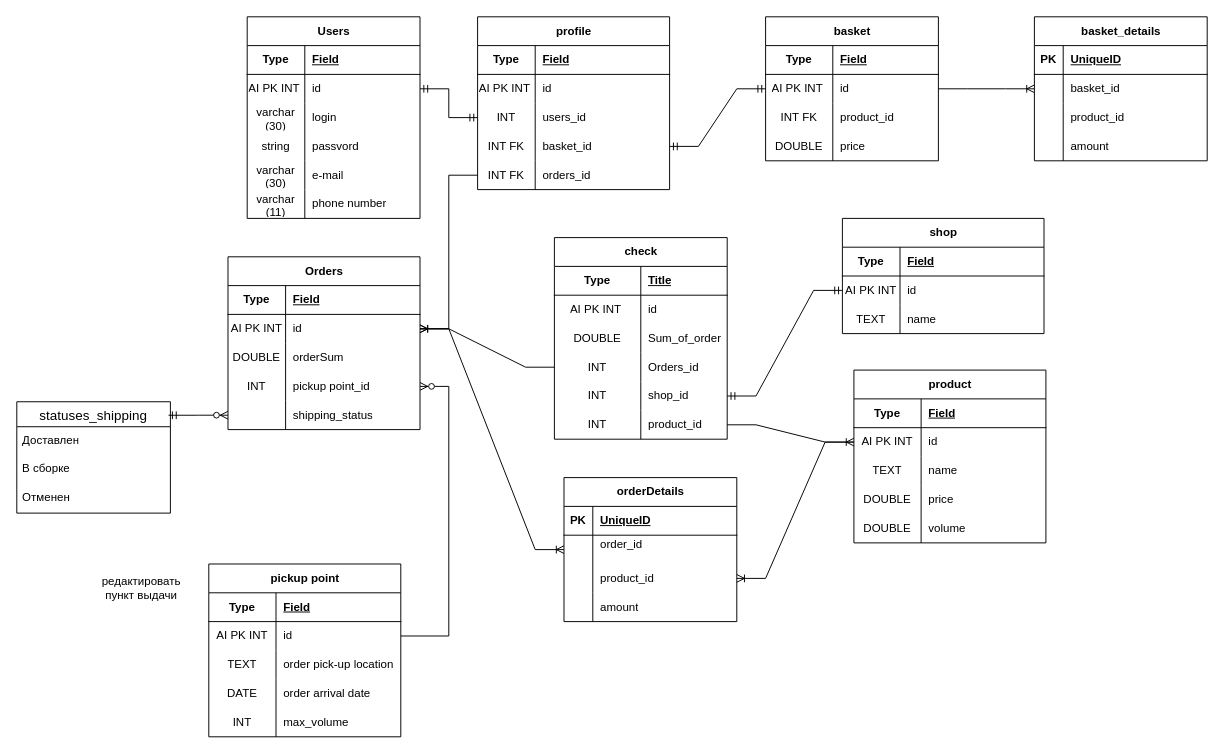
Above: Диаграмма без названия.drawio in MelnikovMatveu/db_practice (draw.io), before the change. Source tidied: cells renumbered, new cells numbered last; positions are measured from the earlier drawing's top-left corner, leaving out a move shared by most shapes. Both pictures are drawn from the tidied source at 96%, with x=0, y=0 at pixel (16, 16).
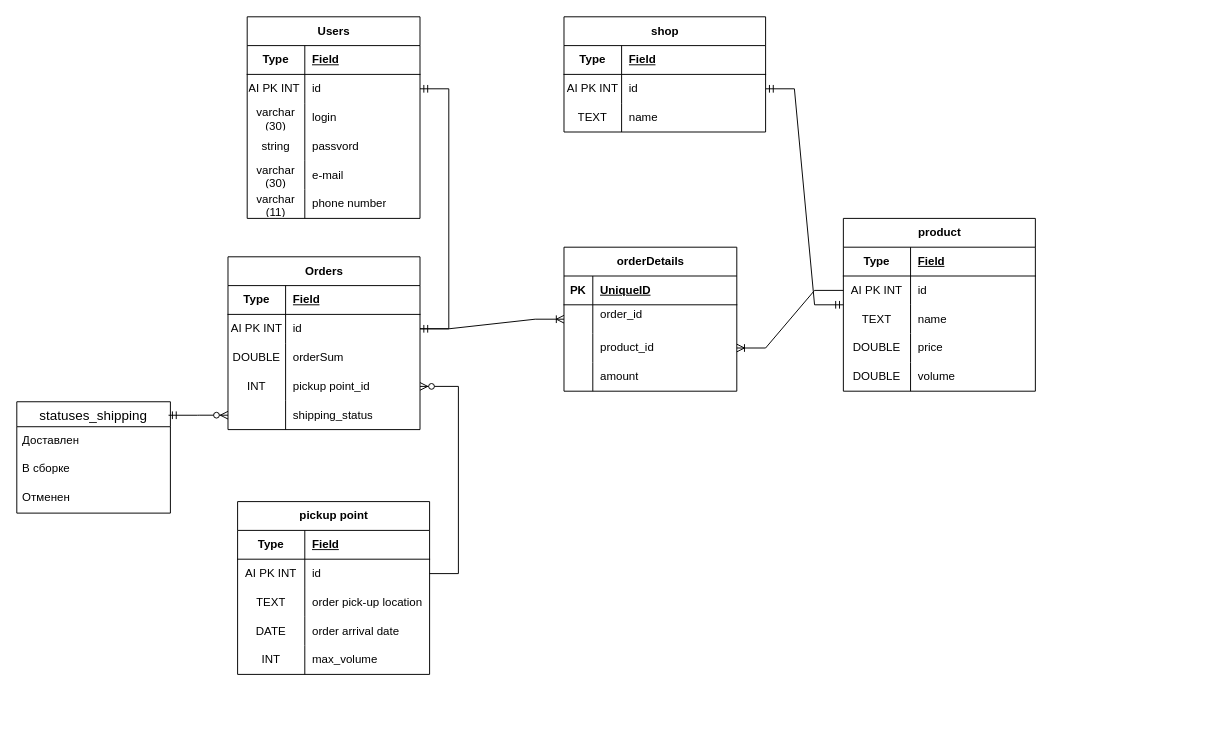
Above is the later version.

The change refers to these unchanged cells:
```xml
<mxCell id="19" style="shape=tableRow;horizontal=0;startSize=0;swimlaneHead=0;swimlaneBody=0;fillColor=none;points=[[0,0.5],[1,0.5]];portConstraint=eastwest;top=0;left=0;right=0;bottom=0;" parent="15" vertex="1">
  <mxGeometry y="60" width="180" height="30" as="geometry" />
</mxCell>
<mxCell id="57" style="shape=tableRow;horizontal=0;startSize=0;swimlaneHead=0;swimlaneBody=0;fillColor=none;points=[[0,0.5],[1,0.5]];portConstraint=eastwest;top=0;left=0;right=0;bottom=0;" parent="53" vertex="1">
  <mxGeometry y="60" width="200" height="30" as="geometry" />
</mxCell>
<mxCell id="73" style="shape=tableRow;horizontal=0;startSize=0;swimlaneHead=0;swimlaneBody=0;fillColor=none;points=[[0,0.5],[1,0.5]];portConstraint=eastwest;top=0;left=0;right=0;bottom=0;" parent="69" vertex="1">
  <mxGeometry y="60" width="210" height="30" as="geometry" />
</mxCell>
<mxCell id="120" style="shape=tableRow;horizontal=0;startSize=0;swimlaneHead=0;swimlaneBody=0;fillColor=none;points=[[0,0.5],[1,0.5]];portConstraint=eastwest;top=0;left=0;right=0;bottom=0;" parent="116" vertex="1">
  <mxGeometry y="60" width="200" height="30" as="geometry" />
</mxCell>
```

The edit, as a diff of the source:
```diff
@@
-    <mxCell id="2" value="basket" style="shape=table;startSize=30;childLayout=tableLayout;rowLines=0;fontStyle=1;align=center;html=1;" parent="1" vertex="1">
-      <mxGeometry x="780" width="180" height="150" as="geometry" />
-    </mxCell>
-    <mxCell id="3" style="shape=tableRow;horizontal=0;startSize=0;swimlaneHead=0;swimlaneBody=0;fillColor=none;top=0;left=0;right=0;bottom=1;" parent="2" vertex="1">
-      <mxGeometry y="30" width="180" height="30" as="geometry" />
-    </mxCell>
-    <mxCell id="4" value="Type" style="shape=partialRectangle;fillColor=none;top=0;left=0;bottom=0;right=0;fontStyle=1;overflow=hidden;whiteSpace=wrap;html=1;" parent="3" vertex="1">
-      <mxGeometry width="70" height="30" as="geometry" />
-    </mxCell>
-    <mxCell id="5" value="Field" style="shape=partialRectangle;fillColor=none;top=0;left=0;bottom=0;right=0;align=left;spacingLeft=6;fontStyle=5;overflow=hidden;whiteSpace=wrap;html=1;" parent="3" vertex="1">
-      <mxGeometry x="70" width="110" height="30" as="geometry" />
-    </mxCell>
-    <mxCell id="6" style="shape=tableRow;horizontal=0;startSize=0;swimlaneHead=0;swimlaneBody=0;fillColor=none;points=[[0,0.5],[1,0.5]];portConstraint=eastwest;top=0;left=0;right=0;bottom=0;" parent="2" vertex="1">
-      <mxGeometry y="60" width="180" height="30" as="geometry" />
-    </mxCell>
-    <mxCell id="7" value="AI PK INT&amp;nbsp;" style="shape=partialRectangle;fillColor=none;top=0;left=0;bottom=0;right=0;overflow=hidden;whiteSpace=wrap;html=1;" parent="6" vertex="1">
-      <mxGeometry width="70" height="30" as="geometry" />
-    </mxCell>
-    <mxCell id="8" value="id" style="shape=partialRectangle;fillColor=none;top=0;left=0;bottom=0;right=0;align=left;spacingLeft=6;overflow=hidden;whiteSpace=wrap;html=1;" parent="6" vertex="1">
-      <mxGeometry x="70" width="110" height="30" as="geometry" />
-    </mxCell>
-    <mxCell id="9" style="shape=tableRow;horizontal=0;startSize=0;swimlaneHead=0;swimlaneBody=0;fillColor=none;top=0;left=0;right=0;bottom=0;" parent="2" vertex="1">
-      <mxGeometry y="90" width="180" height="30" as="geometry" />
-    </mxCell>
-    <mxCell id="10" value="INT FK" style="shape=partialRectangle;fillColor=none;top=0;left=0;bottom=0;right=0;overflow=hidden;whiteSpace=wrap;html=1;" parent="9" vertex="1">
-      <mxGeometry width="70" height="30" as="geometry" />
-    </mxCell>
-    <mxCell id="11" value="product_id" style="shape=partialRectangle;fillColor=none;top=0;left=0;bottom=0;right=0;align=left;spacingLeft=6;overflow=hidden;whiteSpace=wrap;html=1;" parent="9" vertex="1">
-      <mxGeometry x="70" width="110" height="30" as="geometry" />
-    </mxCell>
-    <mxCell id="12" style="shape=tableRow;horizontal=0;startSize=0;swimlaneHead=0;swimlaneBody=0;fillColor=none;top=0;left=0;right=0;bottom=0;" parent="2" vertex="1">
-      <mxGeometry y="120" width="180" height="30" as="geometry" />
-    </mxCell>
-    <mxCell id="13" value="DOUBLE" style="shape=partialRectangle;fillColor=none;top=0;left=0;bottom=0;right=0;overflow=hidden;whiteSpace=wrap;html=1;" parent="12" vertex="1">
-      <mxGeometry width="70" height="30" as="geometry" />
-    </mxCell>
-    <mxCell id="14" value="price" style="shape=partialRectangle;fillColor=none;top=0;left=0;bottom=0;right=0;align=left;spacingLeft=6;overflow=hidden;whiteSpace=wrap;html=1;" parent="12" vertex="1">
-      <mxGeometry x="70" width="110" height="30" as="geometry" />
-    </mxCell>
@@
-    <mxCell id="34" value="check" style="shape=table;startSize=30;childLayout=tableLayout;rowLines=0;fontStyle=1;align=center;html=1;" parent="1" vertex="1">
-      <mxGeometry x="560" y="230" width="180" height="210" as="geometry" />
-    </mxCell>
-    <mxCell id="35" style="shape=tableRow;horizontal=0;startSize=0;swimlaneHead=0;swimlaneBody=0;fillColor=none;top=0;left=0;right=0;bottom=1;" parent="34" vertex="1">
-      <mxGeometry y="30" width="180" height="30" as="geometry" />
-    </mxCell>
-    <mxCell id="36" value="Type" style="shape=partialRectangle;fillColor=none;top=0;left=0;bottom=0;right=0;fontStyle=1;overflow=hidden;whiteSpace=wrap;html=1;" parent="35" vertex="1">
-      <mxGeometry width="90" height="30" as="geometry" />
-    </mxCell>
-    <mxCell id="37" value="Title" style="shape=partialRectangle;fillColor=none;top=0;left=0;bottom=0;right=0;align=left;spacingLeft=6;fontStyle=5;overflow=hidden;whiteSpace=wrap;html=1;" parent="35" vertex="1">
-      <mxGeometry x="90" width="90" height="30" as="geometry" />
-    </mxCell>
-    <mxCell id="38" style="shape=tableRow;horizontal=0;startSize=0;swimlaneHead=0;swimlaneBody=0;fillColor=none;top=0;left=0;right=0;bottom=0;" parent="34" vertex="1">
-      <mxGeometry y="60" width="180" height="30" as="geometry" />
-    </mxCell>
-    <mxCell id="39" value="AI PK INT&amp;nbsp;" style="shape=partialRectangle;fillColor=none;top=0;left=0;bottom=0;right=0;overflow=hidden;whiteSpace=wrap;html=1;" parent="38" vertex="1">
-      <mxGeometry width="90" height="30" as="geometry" />
-    </mxCell>
-    <mxCell id="40" value="id" style="shape=partialRectangle;fillColor=none;top=0;left=0;bottom=0;right=0;align=left;spacingLeft=6;overflow=hidden;whiteSpace=wrap;html=1;" parent="38" vertex="1">
-      <mxGeometry x="90" width="90" height="30" as="geometry" />
-    </mxCell>
-    <mxCell id="41" style="shape=tableRow;horizontal=0;startSize=0;swimlaneHead=0;swimlaneBody=0;fillColor=none;top=0;left=0;right=0;bottom=0;" parent="34" vertex="1">
-      <mxGeometry y="90" width="180" height="30" as="geometry" />
-    </mxCell>
-    <mxCell id="42" value="DOUBLE" style="shape=partialRectangle;fillColor=none;top=0;left=0;bottom=0;right=0;overflow=hidden;whiteSpace=wrap;html=1;" parent="41" vertex="1">
-      <mxGeometry width="90" height="30" as="geometry" />
-    </mxCell>
-    <mxCell id="43" value="Sum_of_order" style="shape=partialRectangle;fillColor=none;top=0;left=0;bottom=0;right=0;align=left;spacingLeft=6;overflow=hidden;whiteSpace=wrap;html=1;" parent="41" vertex="1">
-      <mxGeometry x="90" width="90" height="30" as="geometry" />
-    </mxCell>
-    <mxCell id="44" style="shape=tableRow;horizontal=0;startSize=0;swimlaneHead=0;swimlaneBody=0;fillColor=none;points=[[0,0.5],[1,0.5]];portConstraint=eastwest;top=0;left=0;right=0;bottom=0;" parent="34" vertex="1">
-      <mxGeometry y="120" width="180" height="30" as="geometry" />
-    </mxCell>
-    <mxCell id="45" value="INT" style="shape=partialRectangle;fillColor=none;top=0;left=0;bottom=0;right=0;overflow=hidden;whiteSpace=wrap;html=1;" parent="44" vertex="1">
-      <mxGeometry width="90" height="30" as="geometry" />
-    </mxCell>
-    <mxCell id="46" value="Orders_id" style="shape=partialRectangle;fillColor=none;top=0;left=0;bottom=0;right=0;align=left;spacingLeft=6;overflow=hidden;whiteSpace=wrap;html=1;" parent="44" vertex="1">
-      <mxGeometry x="90" width="90" height="30" as="geometry" />
-    </mxCell>
-    <mxCell id="47" style="shape=tableRow;horizontal=0;startSize=0;swimlaneHead=0;swimlaneBody=0;fillColor=none;points=[[0,0.5],[1,0.5]];portConstraint=eastwest;top=0;left=0;right=0;bottom=0;" parent="34" vertex="1">
-      <mxGeometry y="150" width="180" height="30" as="geometry" />
-    </mxCell>
-    <mxCell id="48" value="INT" style="shape=partialRectangle;fillColor=none;top=0;left=0;bottom=0;right=0;overflow=hidden;whiteSpace=wrap;html=1;" parent="47" vertex="1">
-      <mxGeometry width="90" height="30" as="geometry" />
-    </mxCell>
-    <mxCell id="49" value="shop_id" style="shape=partialRectangle;fillColor=none;top=0;left=0;bottom=0;right=0;align=left;spacingLeft=6;overflow=hidden;whiteSpace=wrap;html=1;" parent="47" vertex="1">
-      <mxGeometry x="90" width="90" height="30" as="geometry" />
-    </mxCell>
-    <mxCell id="50" style="shape=tableRow;horizontal=0;startSize=0;swimlaneHead=0;swimlaneBody=0;fillColor=none;points=[[0,0.5],[1,0.5]];portConstraint=eastwest;top=0;left=0;right=0;bottom=0;" parent="34" vertex="1">
-      <mxGeometry y="180" width="180" height="30" as="geometry" />
-    </mxCell>
-    <mxCell id="51" value="INT" style="shape=partialRectangle;fillColor=none;top=0;left=0;bottom=0;right=0;overflow=hidden;whiteSpace=wrap;html=1;" parent="50" vertex="1">
-      <mxGeometry width="90" height="30" as="geometry" />
-    </mxCell>
-    <mxCell id="52" value="product_id" style="shape=partialRectangle;fillColor=none;top=0;left=0;bottom=0;right=0;align=left;spacingLeft=6;overflow=hidden;whiteSpace=wrap;html=1;" parent="50" vertex="1">
-      <mxGeometry x="90" width="90" height="30" as="geometry" />
-    </mxCell>
@@
     <mxCell id="69" value="shop" style="shape=table;startSize=30;childLayout=tableLayout;rowLines=0;fontStyle=1;align=center;html=1;" parent="1" vertex="1">
-      <mxGeometry x="860" y="210" width="210" height="120" as="geometry" />
+      <mxGeometry x="570" width="210" height="120" as="geometry" />
     </mxCell>
@@
-    <mxCell id="79" value="profile" style="shape=table;startSize=30;childLayout=tableLayout;rowLines=0;fontStyle=1;align=center;html=1;" parent="1" vertex="1">
-      <mxGeometry x="480" width="200" height="180" as="geometry" />
-    </mxCell>
-    <mxCell id="80" style="shape=tableRow;horizontal=0;startSize=0;swimlaneHead=0;swimlaneBody=0;fillColor=none;top=0;left=0;right=0;bottom=1;" parent="79" vertex="1">
-      <mxGeometry y="30" width="200" height="30" as="geometry" />
-    </mxCell>
-    <mxCell id="81" value="Type" style="shape=partialRectangle;fillColor=none;top=0;left=0;bottom=0;right=0;fontStyle=1;overflow=hidden;whiteSpace=wrap;html=1;" parent="80" vertex="1">
-      <mxGeometry width="60" height="30" as="geometry" />
-    </mxCell>
-    <mxCell id="82" value="Field" style="shape=partialRectangle;fillColor=none;top=0;left=0;bottom=0;right=0;align=left;spacingLeft=6;fontStyle=5;overflow=hidden;whiteSpace=wrap;html=1;" parent="80" vertex="1">
-      <mxGeometry x="60" width="140" height="30" as="geometry" />
-    </mxCell>
-    <mxCell id="83" style="shape=tableRow;horizontal=0;startSize=0;swimlaneHead=0;swimlaneBody=0;fillColor=none;top=0;left=0;right=0;bottom=0;" parent="79" vertex="1">
-      <mxGeometry y="60" width="200" height="30" as="geometry" />
-    </mxCell>
-    <mxCell id="84" value="AI PK INT&amp;nbsp;" style="shape=partialRectangle;fillColor=none;top=0;left=0;bottom=0;right=0;overflow=hidden;whiteSpace=wrap;html=1;" parent="83" vertex="1">
-      <mxGeometry width="60" height="30" as="geometry" />
-    </mxCell>
-    <mxCell id="85" value="id" style="shape=partialRectangle;fillColor=none;top=0;left=0;bottom=0;right=0;align=left;spacingLeft=6;overflow=hidden;whiteSpace=wrap;html=1;" parent="83" vertex="1">
-      <mxGeometry x="60" width="140" height="30" as="geometry" />
-    </mxCell>
-    <mxCell id="86" style="shape=tableRow;horizontal=0;startSize=0;swimlaneHead=0;swimlaneBody=0;fillColor=none;points=[[0,0.5],[1,0.5]];portConstraint=eastwest;top=0;left=0;right=0;bottom=0;" parent="79" vertex="1">
-      <mxGeometry y="90" width="200" height="30" as="geometry" />
-    </mxCell>
-    <mxCell id="87" value="INT" style="shape=partialRectangle;fillColor=none;top=0;left=0;bottom=0;right=0;overflow=hidden;whiteSpace=wrap;html=1;" parent="86" vertex="1">
-      <mxGeometry width="60" height="30" as="geometry" />
-    </mxCell>
-    <mxCell id="88" value="users_id" style="shape=partialRectangle;fillColor=none;top=0;left=0;bottom=0;right=0;align=left;spacingLeft=6;overflow=hidden;whiteSpace=wrap;html=1;" parent="86" vertex="1">
-      <mxGeometry x="60" width="140" height="30" as="geometry" />
-    </mxCell>
-    <mxCell id="89" style="shape=tableRow;horizontal=0;startSize=0;swimlaneHead=0;swimlaneBody=0;fillColor=none;points=[[0,0.5],[1,0.5]];portConstraint=eastwest;top=0;left=0;right=0;bottom=0;" parent="79" vertex="1">
-      <mxGeometry y="120" width="200" height="30" as="geometry" />
-    </mxCell>
-    <mxCell id="90" value="INT FK" style="shape=partialRectangle;fillColor=none;top=0;left=0;bottom=0;right=0;overflow=hidden;whiteSpace=wrap;html=1;" parent="89" vertex="1">
-      <mxGeometry width="60" height="30" as="geometry" />
-    </mxCell>
-    <mxCell id="91" value="basket_id" style="shape=partialRectangle;fillColor=none;top=0;left=0;bottom=0;right=0;align=left;spacingLeft=6;overflow=hidden;whiteSpace=wrap;html=1;" parent="89" vertex="1">
-      <mxGeometry x="60" width="140" height="30" as="geometry" />
-    </mxCell>
-    <mxCell id="92" style="shape=tableRow;horizontal=0;startSize=0;swimlaneHead=0;swimlaneBody=0;fillColor=none;points=[[0,0.5],[1,0.5]];portConstraint=eastwest;top=0;left=0;right=0;bottom=0;" parent="79" vertex="1">
-      <mxGeometry y="150" width="200" height="30" as="geometry" />
-    </mxCell>
-    <mxCell id="93" value="INT FK" style="shape=partialRectangle;fillColor=none;top=0;left=0;bottom=0;right=0;overflow=hidden;whiteSpace=wrap;html=1;" parent="92" vertex="1">
-      <mxGeometry width="60" height="30" as="geometry" />
-    </mxCell>
-    <mxCell id="94" value="orders_id" style="shape=partialRectangle;fillColor=none;top=0;left=0;bottom=0;right=0;align=left;spacingLeft=6;overflow=hidden;whiteSpace=wrap;html=1;" parent="92" vertex="1">
-      <mxGeometry x="60" width="140" height="30" as="geometry" />
-    </mxCell>
-    <mxCell id="95" style="edgeStyle=entityRelationEdgeStyle;fontSize=12;html=1;endArrow=ERmandOne;startArrow=ERmandOne;rounded=0;" parent="1" edge="1" source="86" target="19">
+    <mxCell id="95" style="edgeStyle=entityRelationEdgeStyle;fontSize=12;html=1;endArrow=ERmandOne;startArrow=ERmandOne;rounded=0;" parent="1" edge="1" source="57" target="19">
       <mxGeometry relative="1" as="geometry" />
     </mxCell>
-    <mxCell id="96" style="edgeStyle=entityRelationEdgeStyle;fontSize=12;html=1;endArrow=ERoneToMany;rounded=0;" parent="1" edge="1" source="92" target="57">
-      <mxGeometry relative="1" as="geometry" />
-    </mxCell>
-    <mxCell id="97" style="edgeStyle=entityRelationEdgeStyle;fontSize=12;html=1;endArrow=ERmandOne;startArrow=ERmandOne;rounded=0;" parent="1" edge="1" source="89" target="6">
-      <mxGeometry relative="1" as="geometry" />
-    </mxCell>
-    <mxCell id="98" style="edgeStyle=entityRelationEdgeStyle;fontSize=12;html=1;endArrow=ERoneToMany;rounded=0;" parent="1" edge="1" source="44" target="57">
-      <mxGeometry relative="1" as="geometry" />
-    </mxCell>
-    <mxCell id="99" style="edgeStyle=entityRelationEdgeStyle;fontSize=12;html=1;endArrow=ERmandOne;startArrow=ERmandOne;rounded=0;" parent="1" edge="1" source="47" target="73">
+    <mxCell id="99" style="edgeStyle=entityRelationEdgeStyle;fontSize=12;html=1;endArrow=ERmandOne;startArrow=ERmandOne;rounded=0;" parent="1" edge="1" source="116" target="73">
       <mxGeometry relative="1" as="geometry" />
     </mxCell>
     <mxCell id="100" value="pickup point" style="shape=table;startSize=30;childLayout=tableLayout;rowLines=0;fontStyle=1;align=center;html=1;" parent="1" vertex="1">
-      <mxGeometry x="200" y="570" width="200" height="180" as="geometry" />
+      <mxGeometry x="230" y="505" width="200" height="180" as="geometry" />
     </mxCell>
@@
     <mxCell id="116" value="product" style="shape=table;startSize=30;childLayout=tableLayout;rowLines=0;fontStyle=1;align=center;html=1;" parent="1" vertex="1">
-      <mxGeometry x="872" y="368" width="200" height="180" as="geometry" />
+      <mxGeometry x="861" y="210" width="200" height="180" as="geometry" />
     </mxCell>
@@
-    <mxCell id="132" style="edgeStyle=entityRelationEdgeStyle;fontSize=12;html=1;endArrow=ERoneToMany;rounded=0;exitX=1;exitY=0.5;exitDx=0;exitDy=0;" parent="1" edge="1" source="50" target="120">
-      <mxGeometry relative="1" as="geometry" />
-    </mxCell>
     <mxCell id="133" value="orderDetails" style="shape=table;startSize=30;childLayout=tableLayout;rowLines=0;fontStyle=1;align=center;html=1;" parent="1" vertex="1">
-      <mxGeometry x="570" y="480" width="180" height="150" as="geometry" />
+      <mxGeometry x="570" y="240" width="180" height="150" as="geometry" />
     </mxCell>
@@
-    <mxCell id="151" value="basket_details" style="shape=table;startSize=30;childLayout=tableLayout;rowLines=0;fontStyle=1;align=center;html=1;" parent="1" vertex="1">
-      <mxGeometry x="1060" width="180" height="150" as="geometry" />
-    </mxCell>
-    <mxCell id="152" style="shape=tableRow;horizontal=0;startSize=0;swimlaneHead=0;swimlaneBody=0;fillColor=none;top=0;left=0;right=0;bottom=1;" parent="151" vertex="1">
-      <mxGeometry y="30" width="180" height="30" as="geometry" />
-    </mxCell>
-    <mxCell id="153" value="PK" style="shape=partialRectangle;fillColor=none;top=0;left=0;bottom=0;right=0;fontStyle=1;overflow=hidden;whiteSpace=wrap;html=1;" parent="152" vertex="1">
-      <mxGeometry width="30" height="30" as="geometry" />
-    </mxCell>
-    <mxCell id="154" value="UniqueID" style="shape=partialRectangle;fillColor=none;top=0;left=0;bottom=0;right=0;align=left;spacingLeft=6;fontStyle=5;overflow=hidden;whiteSpace=wrap;html=1;" parent="152" vertex="1">
-      <mxGeometry x="30" width="150" height="30" as="geometry" />
-    </mxCell>
-    <mxCell id="155" style="shape=tableRow;horizontal=0;startSize=0;swimlaneHead=0;swimlaneBody=0;fillColor=none;points=[[0,0.5],[1,0.5]];portConstraint=eastwest;top=0;left=0;right=0;bottom=0;" parent="151" vertex="1">
-      <mxGeometry y="60" width="180" height="30" as="geometry" />
-    </mxCell>
-    <mxCell id="156" style="shape=partialRectangle;fillColor=none;top=0;left=0;bottom=0;right=0;overflow=hidden;whiteSpace=wrap;html=1;" parent="155" vertex="1">
-      <mxGeometry width="30" height="30" as="geometry" />
-    </mxCell>
-    <mxCell id="157" value="basket_id" style="shape=partialRectangle;fillColor=none;top=0;left=0;bottom=0;right=0;align=left;spacingLeft=6;overflow=hidden;whiteSpace=wrap;html=1;" parent="155" vertex="1">
-      <mxGeometry x="30" width="150" height="30" as="geometry" />
-    </mxCell>
-    <mxCell id="158" style="shape=tableRow;horizontal=0;startSize=0;swimlaneHead=0;swimlaneBody=0;fillColor=none;top=0;left=0;right=0;bottom=0;" parent="151" vertex="1">
-      <mxGeometry y="90" width="180" height="30" as="geometry" />
-    </mxCell>
-    <mxCell id="159" style="shape=partialRectangle;fillColor=none;top=0;left=0;bottom=0;right=0;overflow=hidden;whiteSpace=wrap;html=1;" parent="158" vertex="1">
-      <mxGeometry width="30" height="30" as="geometry" />
-    </mxCell>
-    <mxCell id="160" value="product_id" style="shape=partialRectangle;fillColor=none;top=0;left=0;bottom=0;right=0;align=left;spacingLeft=6;overflow=hidden;whiteSpace=wrap;html=1;" parent="158" vertex="1">
-      <mxGeometry x="30" width="150" height="30" as="geometry" />
-    </mxCell>
-    <mxCell id="161" style="shape=tableRow;horizontal=0;startSize=0;swimlaneHead=0;swimlaneBody=0;fillColor=none;top=0;left=0;right=0;bottom=0;" parent="151" vertex="1">
-      <mxGeometry y="120" width="180" height="30" as="geometry" />
-    </mxCell>
-    <mxCell id="162" style="shape=partialRectangle;fillColor=none;top=0;left=0;bottom=0;right=0;overflow=hidden;whiteSpace=wrap;html=1;" parent="161" vertex="1">
-      <mxGeometry width="30" height="30" as="geometry" />
-    </mxCell>
-    <mxCell id="163" value="amount" style="shape=partialRectangle;fillColor=none;top=0;left=0;bottom=0;right=0;align=left;spacingLeft=6;overflow=hidden;whiteSpace=wrap;html=1;" parent="161" vertex="1">
-      <mxGeometry x="30" width="150" height="30" as="geometry" />
-    </mxCell>
-    <mxCell id="164" style="edgeStyle=entityRelationEdgeStyle;fontSize=12;html=1;endArrow=ERoneToMany;rounded=0;entryX=0;entryY=0.5;entryDx=0;entryDy=0;" parent="1" edge="1" source="6" target="155">
-      <mxGeometry relative="1" as="geometry" />
-    </mxCell>
@@
-    <mxCell id="168" value="редактировать пункт выдачи" style="text;html=1;strokeColor=none;fillColor=none;align=center;verticalAlign=middle;whiteSpace=wrap;rounded=0;" parent="1" vertex="1">
-      <mxGeometry x="100" y="580" width="60" height="30" as="geometry" />
-    </mxCell>
```
